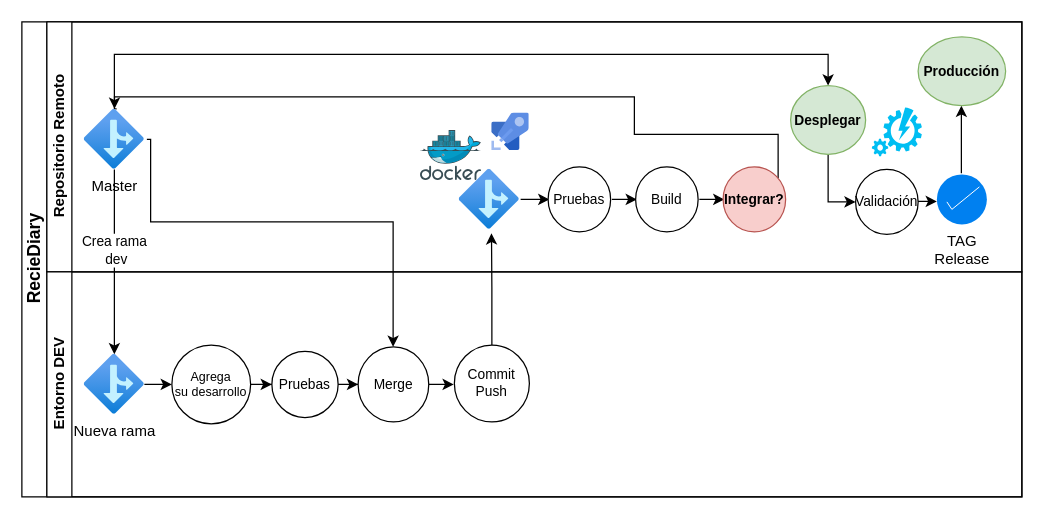
SantiagoGaonaC/RecipeDiary keeps this draw.io diagram as Diagrama sin título.drawio. Above is the earlier version. Source tidied: cells renumbered, new cells numbered last; positions are measured from the earlier drawing's top-left corner, leaving out a move shared by most shapes. Both pictures are drawn from the tidied source at 125%, with x=0, y=0 at pixel (21, 21). Pictures stored in the file or linked from it are replaced by grey dashed boxes.
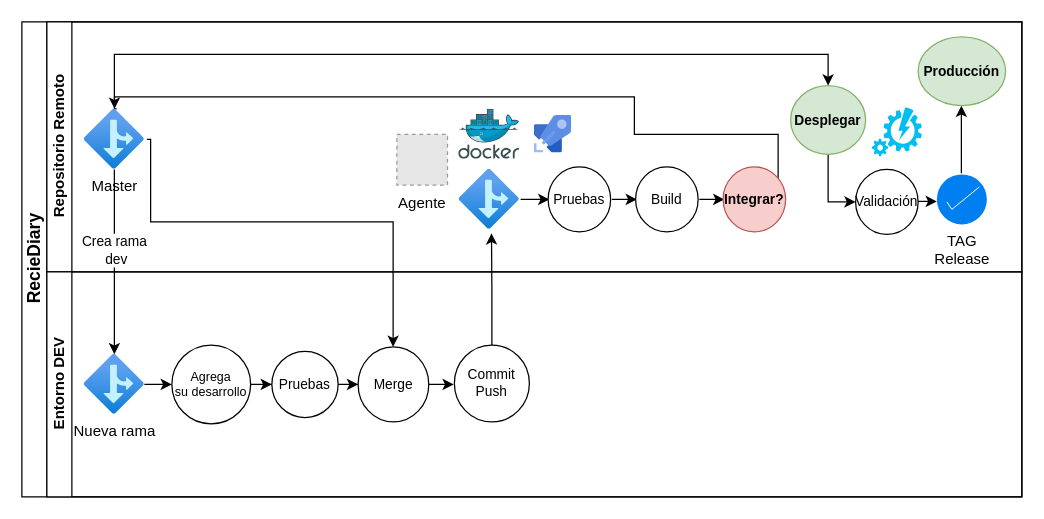
Above is the later version.

The change refers to these unchanged cells:
```xml
<mxCell id="3" value="Repositorio Remoto" style="swimlane;html=1;startSize=20;horizontal=0;" parent="2" vertex="1">
  <mxGeometry x="20" width="780" height="200" as="geometry" />
</mxCell>
```

The edit, as a diff of the source:
```diff
@@
     <mxCell id="6" style="image;sketch=0;html=1;align=center;fontSize=12;image=img/lib/mscae/Azure_Pipelines.svg;" parent="3" vertex="1">
-      <mxGeometry x="356" y="73" width="30" height="30" as="geometry" />
+      <mxGeometry x="390" y="75" width="30" height="30" as="geometry" />
     </mxCell>
@@
     <mxCell id="9" style="image;sketch=0;html=1;align=center;fontSize=12;image=img/lib/mscae/Docker.svg;" parent="3" vertex="1">
-      <mxGeometry x="299" y="87" width="48.8" height="40" as="geometry" />
+      <mxGeometry x="329.6" y="70" width="48.8" height="40" as="geometry" />
     </mxCell>
@@
+    <mxCell id="38" value="Agente" style="fillColor=#E6E6E6;strokeColor=#999999;dashed=1;html=1;verticalAlign=top;verticalLabelPosition=bottom;labelBackgroundColor=#ffffff;" parent="3" vertex="1">
+      <mxGeometry x="280" y="90" width="40.5" height="40.5" as="geometry" />
+    </mxCell>
```
